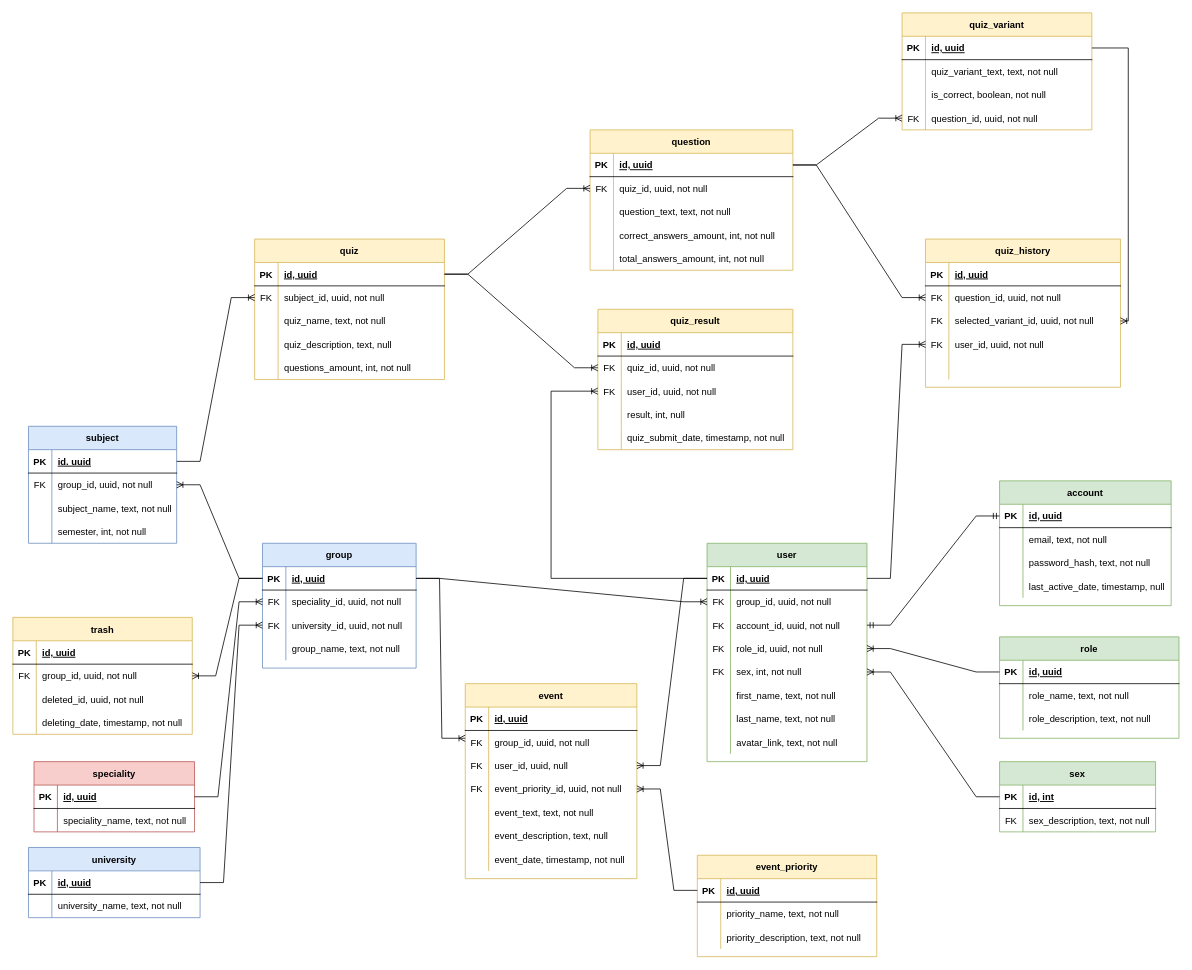
This is databases/physical_er_ironalex.drawio from student-archive/docs, a draw.io file, before an edit. Source tidied: cells renumbered, new cells numbered last; positions are measured from the earlier drawing's top-left corner, leaving out a move shared by most shapes. Both pictures are drawn from the tidied source at 78%, with x=0, y=0 at pixel (12, 12).
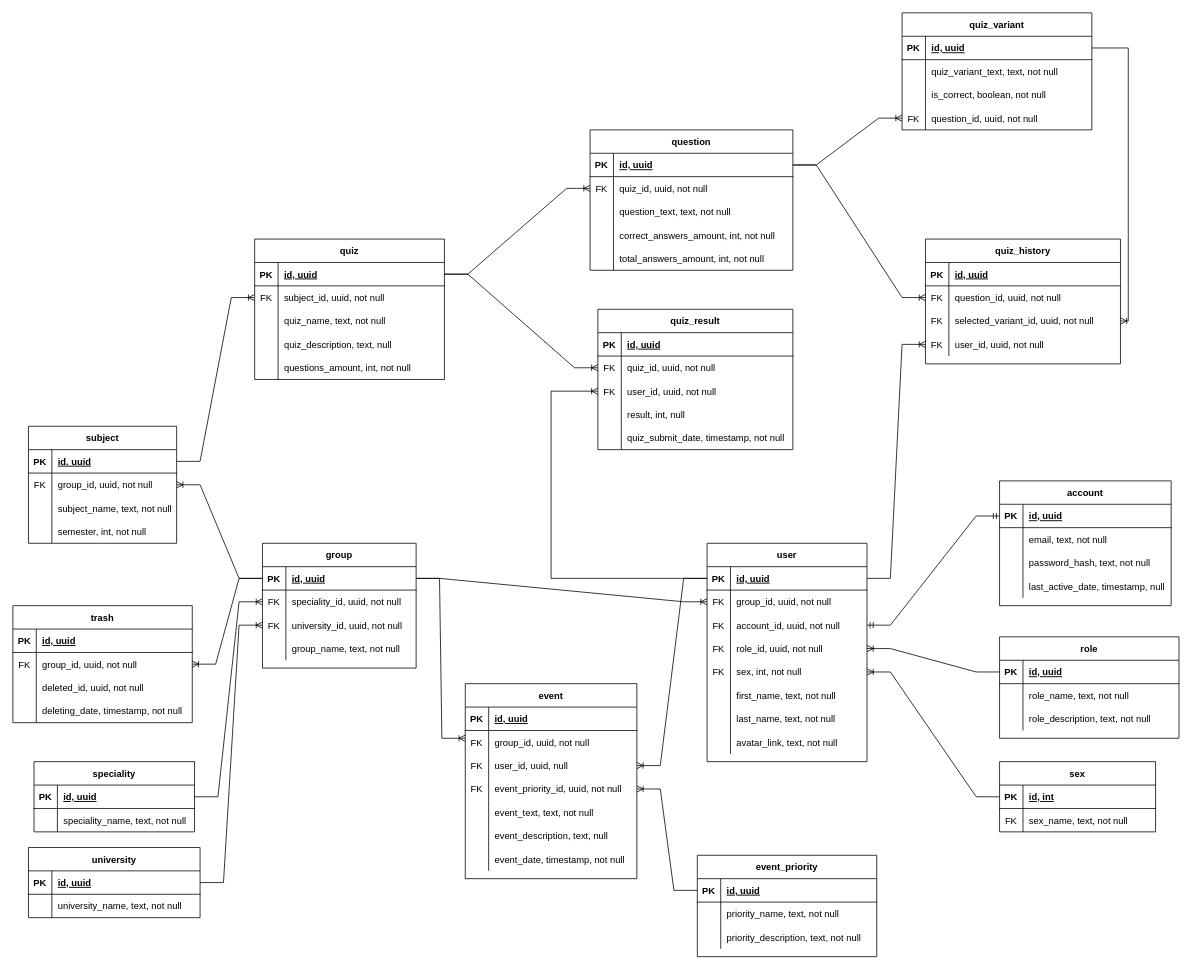
The same page after the edit.

Unchanged cells that the change refers to:
```xml
<mxCell id="223" style="shape=tableRow;horizontal=0;startSize=0;swimlaneHead=0;swimlaneBody=0;fillColor=none;top=0;left=0;right=0;bottom=0;" parent="219" vertex="1">
  <mxGeometry y="60" width="200" height="30" as="geometry" />
</mxCell>
```

Change to the diagram source:
```diff
@@
-    <mxCell id="2" value="quiz" style="shape=table;startSize=30;childLayout=tableLayout;rowLines=0;fontStyle=1;align=center;fillColor=#fff2cc;strokeColor=#d6b656;" parent="1" vertex="1">
+    <mxCell id="2" value="quiz" style="shape=table;startSize=30;childLayout=tableLayout;rowLines=0;fontStyle=1;align=center;" parent="1" vertex="1">
       <mxGeometry x="310" y="290" width="243.3" height="180" as="geometry" />
     </mxCell>
@@
-    <mxCell id="18" value="quiz_variant" style="shape=table;startSize=30;childLayout=tableLayout;rowLines=0;fontStyle=1;align=center;fillColor=#fff2cc;strokeColor=#d6b656;" parent="1" vertex="1">
+    <mxCell id="18" value="quiz_variant" style="shape=table;startSize=30;childLayout=tableLayout;rowLines=0;fontStyle=1;align=center;" parent="1" vertex="1">
       <mxGeometry x="1140" width="243.3" height="150" as="geometry" />
     </mxCell>
@@
-    <mxCell id="31" value="question" style="shape=table;startSize=30;childLayout=tableLayout;rowLines=0;fontStyle=1;align=center;fillColor=#fff2cc;strokeColor=#d6b656;" parent="1" vertex="1">
+    <mxCell id="31" value="question" style="shape=table;startSize=30;childLayout=tableLayout;rowLines=0;fontStyle=1;align=center;" parent="1" vertex="1">
       <mxGeometry x="740" y="150" width="260" height="180" as="geometry" />
     </mxCell>
@@
-    <mxCell id="47" value="group" style="shape=table;startSize=30;childLayout=tableLayout;rowLines=0;fontStyle=1;align=center;fillColor=#dae8fc;strokeColor=#6c8ebf;" parent="1" vertex="1">
+    <mxCell id="47" value="group" style="shape=table;startSize=30;childLayout=tableLayout;rowLines=0;fontStyle=1;align=center;" parent="1" vertex="1">
       <mxGeometry x="320" y="680" width="197" height="160" as="geometry" />
     </mxCell>
@@
-    <mxCell id="60" value="trash" style="shape=table;startSize=30;childLayout=tableLayout;rowLines=0;fontStyle=1;align=center;fillColor=#fff2cc;strokeColor=#d6b656;" parent="1" vertex="1">
-      <mxGeometry y="775" width="230" height="150" as="geometry" />
+    <mxCell id="60" value="trash" style="shape=table;startSize=30;childLayout=tableLayout;rowLines=0;fontStyle=1;align=center;" parent="1" vertex="1">
+      <mxGeometry y="760" width="230" height="150" as="geometry" />
     </mxCell>
@@
-    <mxCell id="73" value="subject" style="shape=table;startSize=30;childLayout=tableLayout;rowLines=0;fontStyle=1;align=center;fillColor=#dae8fc;strokeColor=#6c8ebf;" parent="1" vertex="1">
+    <mxCell id="73" value="subject" style="shape=table;startSize=30;childLayout=tableLayout;rowLines=0;fontStyle=1;align=center;" parent="1" vertex="1">
       <mxGeometry x="20" y="530" width="190" height="150" as="geometry" />
     </mxCell>
@@
-    <mxCell id="86" value="event" style="shape=table;startSize=30;childLayout=tableLayout;rowLines=0;fontStyle=1;align=center;fillColor=#fff2cc;strokeColor=#d6b656;" parent="1" vertex="1">
+    <mxCell id="86" value="event" style="shape=table;startSize=30;childLayout=tableLayout;rowLines=0;fontStyle=1;align=center;" parent="1" vertex="1">
       <mxGeometry x="580" y="860" width="220" height="250" as="geometry" />
     </mxCell>
@@
-    <mxCell id="108" value="event_priority" style="shape=table;startSize=30;childLayout=tableLayout;rowLines=0;fontStyle=1;align=center;fillColor=#fff2cc;strokeColor=#d6b656;" parent="1" vertex="1">
+    <mxCell id="108" value="event_priority" style="shape=table;startSize=30;childLayout=tableLayout;rowLines=0;fontStyle=1;align=center;" parent="1" vertex="1">
       <mxGeometry x="877.5" y="1080" width="230" height="130" as="geometry" />
     </mxCell>
@@
-    <mxCell id="122" value="account" style="shape=table;startSize=30;childLayout=tableLayout;rowLines=0;fontStyle=1;align=center;fillColor=#d5e8d4;strokeColor=#82b366;" parent="1" vertex="1">
+    <mxCell id="122" value="account" style="shape=table;startSize=30;childLayout=tableLayout;rowLines=0;fontStyle=1;align=center;" parent="1" vertex="1">
       <mxGeometry x="1265" y="600" width="220" height="160" as="geometry" />
     </mxCell>
@@
-    <mxCell id="135" value="user" style="shape=table;startSize=30;childLayout=tableLayout;rowLines=0;fontStyle=1;align=center;fillColor=#d5e8d4;strokeColor=#82b366;" parent="1" vertex="1">
+    <mxCell id="135" value="user" style="shape=table;startSize=30;childLayout=tableLayout;rowLines=0;fontStyle=1;align=center;" parent="1" vertex="1">
       <mxGeometry x="890" y="680" width="205" height="280" as="geometry" />
     </mxCell>
@@
-    <mxCell id="160" value="role" style="shape=table;startSize=30;childLayout=tableLayout;rowLines=0;fontStyle=1;align=center;fillColor=#d5e8d4;strokeColor=#82b366;" parent="1" vertex="1">
+    <mxCell id="160" value="role" style="shape=table;startSize=30;childLayout=tableLayout;rowLines=0;fontStyle=1;align=center;" parent="1" vertex="1">
       <mxGeometry x="1265" y="800" width="230" height="130" as="geometry" />
     </mxCell>
@@
-    <mxCell id="170" value="quiz_result" style="shape=table;startSize=30;childLayout=tableLayout;rowLines=0;fontStyle=1;align=center;fillColor=#fff2cc;strokeColor=#d6b656;" parent="1" vertex="1">
+    <mxCell id="170" value="quiz_result" style="shape=table;startSize=30;childLayout=tableLayout;rowLines=0;fontStyle=1;align=center;" parent="1" vertex="1">
       <mxGeometry x="750" y="380" width="250" height="180" as="geometry" />
     </mxCell>
@@
-    <mxCell id="186" value="quiz_history" style="shape=table;startSize=30;childLayout=tableLayout;rowLines=0;fontStyle=1;align=center;fillColor=#fff2cc;strokeColor=#d6b656;" parent="1" vertex="1">
-      <mxGeometry x="1170" y="290" width="250" height="190" as="geometry" />
+    <mxCell id="186" value="quiz_history" style="shape=table;startSize=30;childLayout=tableLayout;rowLines=0;fontStyle=1;align=center;" parent="1" vertex="1">
+      <mxGeometry x="1170" y="290" width="250" height="160" as="geometry" />
     </mxCell>
@@
-    <mxCell id="199" style="shape=tableRow;horizontal=0;startSize=0;swimlaneHead=0;swimlaneBody=0;fillColor=none;top=0;left=0;right=0;bottom=0;" parent="186" vertex="1">
-      <mxGeometry y="150" width="250" height="30" as="geometry" />
-    </mxCell>
-    <mxCell id="200" style="shape=partialRectangle;fillColor=none;top=0;left=0;bottom=0;right=0;fontStyle=0;overflow=hidden;" parent="199" vertex="1">
-      <mxGeometry width="30" height="30" as="geometry" />
-    </mxCell>
-    <mxCell id="201" style="shape=partialRectangle;fillColor=none;top=0;left=0;bottom=0;right=0;align=left;spacingLeft=6;fontStyle=0;overflow=hidden;" parent="199" vertex="1">
-      <mxGeometry x="30" width="220" height="30" as="geometry" />
-    </mxCell>
@@
-    <mxCell id="205" value="speciality" style="shape=table;startSize=30;childLayout=tableLayout;rowLines=0;fontStyle=1;align=center;fillColor=#f8cecc;strokeColor=#b85450;" parent="1" vertex="1">
+    <mxCell id="205" value="speciality" style="shape=table;startSize=30;childLayout=tableLayout;rowLines=0;fontStyle=1;align=center;" parent="1" vertex="1">
       <mxGeometry x="27.1" y="960" width="205.8" height="90" as="geometry" />
     </mxCell>
@@
-    <mxCell id="212" value="university" style="shape=table;startSize=30;childLayout=tableLayout;rowLines=0;fontStyle=1;align=center;fillColor=#dae8fc;strokeColor=#6c8ebf;" parent="1" vertex="1">
+    <mxCell id="212" value="university" style="shape=table;startSize=30;childLayout=tableLayout;rowLines=0;fontStyle=1;align=center;" parent="1" vertex="1">
       <mxGeometry x="20" y="1070" width="220" height="90" as="geometry" />
     </mxCell>
@@
-    <mxCell id="219" value="sex" style="shape=table;startSize=30;childLayout=tableLayout;rowLines=0;fontStyle=1;align=center;fillColor=#d5e8d4;strokeColor=#82b366;" parent="1" vertex="1">
+    <mxCell id="219" value="sex" style="shape=table;startSize=30;childLayout=tableLayout;rowLines=0;fontStyle=1;align=center;" parent="1" vertex="1">
       <mxGeometry x="1265" y="960" width="200" height="90" as="geometry" />
     </mxCell>
@@
-    <mxCell id="225" value="sex_description, text, not null" style="shape=partialRectangle;fillColor=none;top=0;left=0;bottom=0;right=0;align=left;spacingLeft=6;fontStyle=0;overflow=hidden;" parent="223" vertex="1">
+    <mxCell id="225" value="sex_name, text, not null" style="shape=partialRectangle;fillColor=none;top=0;left=0;bottom=0;right=0;align=left;spacingLeft=6;fontStyle=0;overflow=hidden;" parent="223" vertex="1">
       <mxGeometry x="30" width="170" height="30" as="geometry" />
     </mxCell>
```
